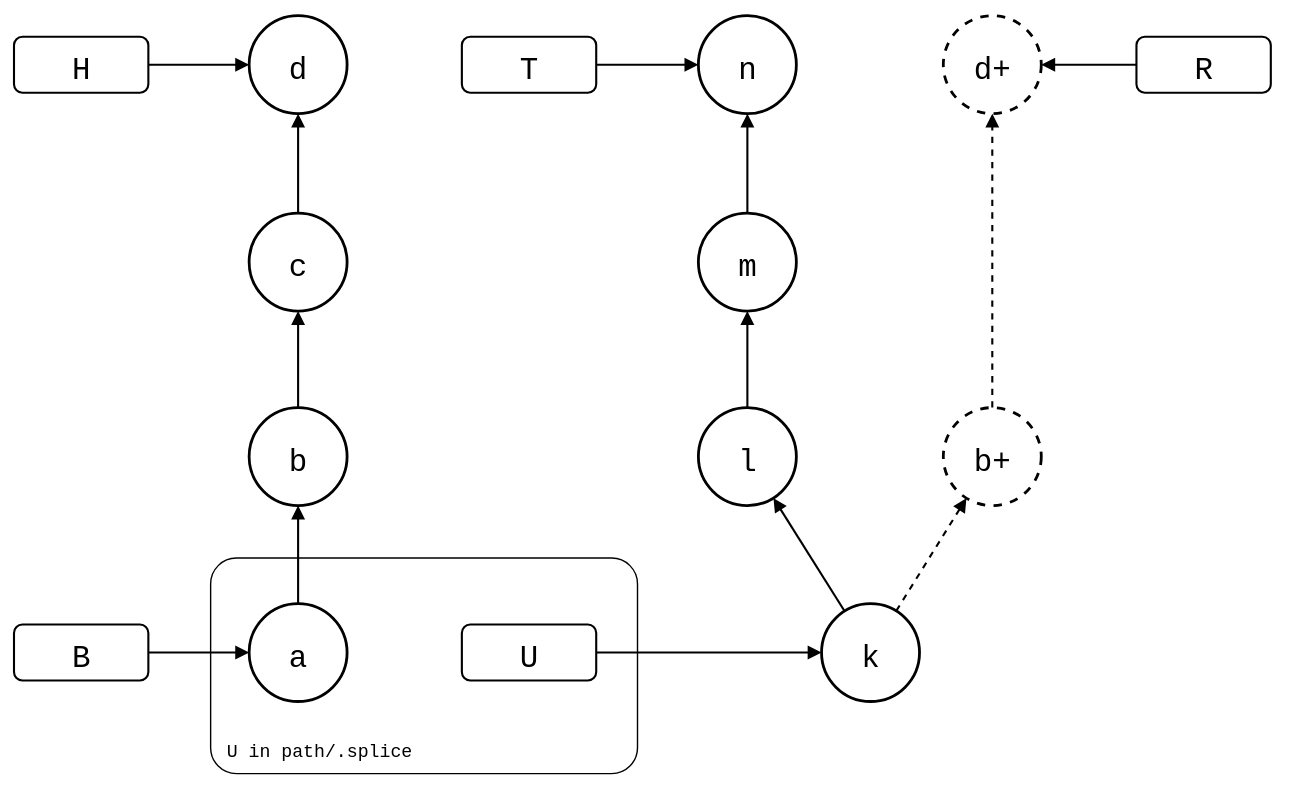
Before: test/scenarios/sync-model/before-pull.drawio.svg, a diagram exported from draw.io (roschaefer/git-splice). Source tidied: cells renumbered, new cells last; positions are measured from the earlier drawing's top-left corner, leaving out a move shared by most shapes.
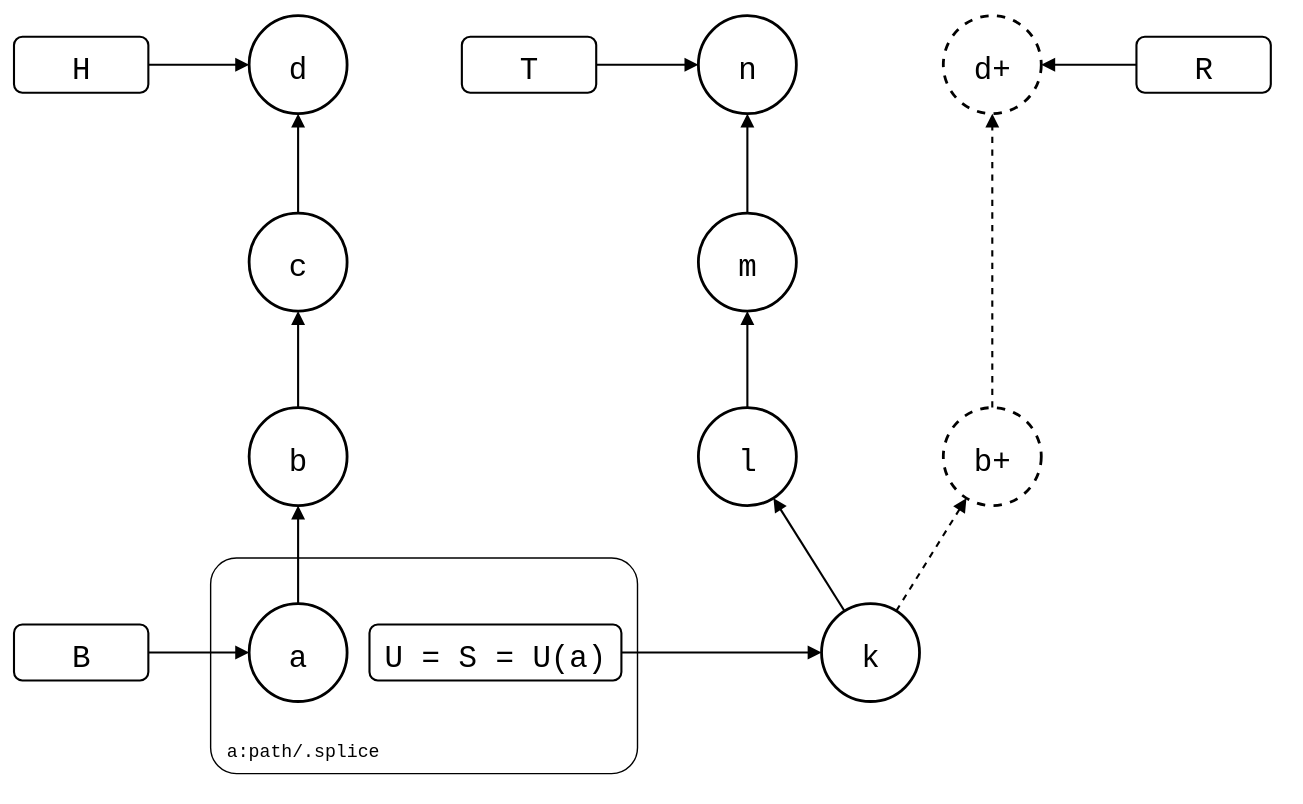
The same diagram one commit later.

The edit, as a diff of the source:
```diff
@@ -2,7 +2,7 @@
   <root>
     <mxCell id="0" />
     <mxCell id="1" parent="0" />
-    <mxCell id="2" value="U in path/.splice" style="rounded=1;arcSize=12;fillColor=none;strokeWidth=1;fontSize=13;verticalAlign=bottom;spacingBottom=6;spacingLeft=10;spacingRight=10;fontFamily=Roboto Mono,monospace;align=left;" parent="1" vertex="1">
+    <mxCell id="2" value="a:path/.splice" style="rounded=1;arcSize=12;fillColor=none;strokeWidth=1;fontSize=13;verticalAlign=bottom;spacingBottom=6;spacingLeft=10;spacingRight=10;fontFamily=Roboto Mono,monospace;align=left;" parent="1" vertex="1">
       <mxGeometry x="140" y="387" width="305" height="154" as="geometry" />
     </mxCell>
     <mxCell id="3" value="a" style="ellipse;strokeWidth=2;fontSize=22;fontFamily=Roboto Mono,monospace;" parent="1" vertex="1">
@@ -41,8 +41,8 @@
     <mxCell id="14" value="B" style="rounded=1;strokeWidth=1.5;fontSize=22;fontFamily=Roboto Mono,monospace;" parent="1" vertex="1">
       <mxGeometry y="435" width="96" height="40" as="geometry" />
     </mxCell>
-    <mxCell id="15" value="U" style="rounded=1;strokeWidth=1.5;fontSize=22;fontFamily=Roboto Mono,monospace;" parent="1" vertex="1">
-      <mxGeometry x="320" y="435" width="96" height="40" as="geometry" />
+    <mxCell id="15" value="U = S = U(a)" style="rounded=1;strokeWidth=1.5;fontSize=22;fontFamily=Roboto Mono,monospace;" parent="1" vertex="1">
+      <mxGeometry x="254" y="435" width="180" height="40" as="geometry" />
     </mxCell>
     <mxCell id="16" value="T" style="rounded=1;strokeWidth=1.5;fontSize=22;fontFamily=Roboto Mono,monospace;" parent="1" vertex="1">
       <mxGeometry x="320" y="15" width="96" height="40" as="geometry" />
```
